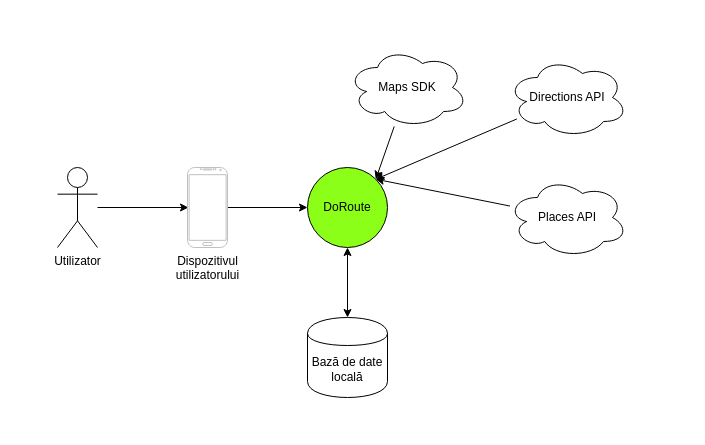
This is page "Schema generala" (1 of 8) of documentation/licenta.drawio from DanielMuresan1618/Do-Route, a draw.io file, before an edit. Source tidied: cells renumbered, new cells numbered last; positions are measured from the earlier drawing's top-left corner, leaving out a move shared by most shapes. Both pictures are drawn from the tidied source at 100%, with x=0, y=0 at pixel (57, 47).
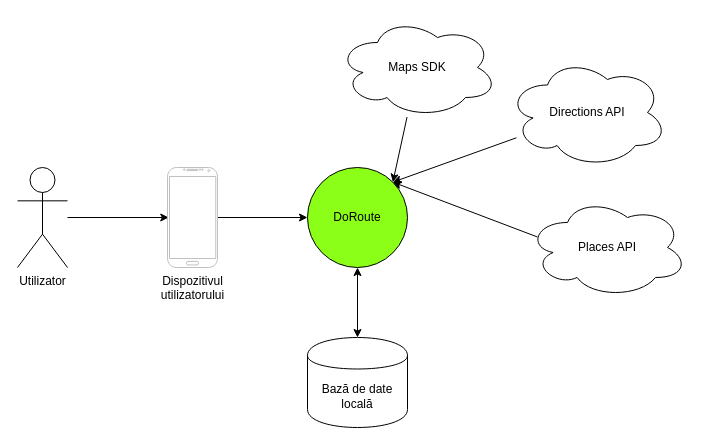
After the change.

Change to the diagram source:
```diff
@@
 <mxGraphModel>
   <root>
     <mxCell id="0" />
     <mxCell id="1" parent="0" />
     <mxCell id="2" style="rounded=0;jettySize=auto;html=1;entryX=0.025;entryY=0.5;entryDx=0;entryDy=0;entryPerimeter=0;" parent="1" edge="1" source="3" target="5">
       <mxGeometry relative="1" as="geometry" />
     </mxCell>
     <mxCell id="3" value="Utilizator" style="shape=umlActor;verticalLabelPosition=bottom;labelBackgroundColor=#ffffff;verticalAlign=top;html=1;outlineConnect=0;" parent="1" vertex="1">
-      <mxGeometry y="120" width="40" height="80" as="geometry" />
+      <mxGeometry x="-40" y="120" width="50" height="100" as="geometry" />
     </mxCell>
     <mxCell id="4" style="edgeStyle=none;rounded=0;jettySize=auto;html=1;entryX=0;entryY=0.5;entryDx=0;entryDy=0;" parent="1" edge="1" source="5" target="7">
       <mxGeometry relative="1" as="geometry" />
     </mxCell>
     <mxCell id="5" value="Dispozitivul &lt;br&gt;utilizatorului" style="verticalLabelPosition=bottom;verticalAlign=top;html=1;shadow=0;dashed=0;strokeWidth=1;shape=mxgraph.android.phone2;fillColor=#ffffff;strokeColor=#c0c0c0;" parent="1" vertex="1">
-      <mxGeometry x="130" y="120" width="40" height="80" as="geometry" />
+      <mxGeometry x="110" y="120" width="50" height="100" as="geometry" />
     </mxCell>
     <mxCell id="6" style="edgeStyle=none;rounded=0;jettySize=auto;html=1;entryX=0.5;entryY=0;entryDx=0;entryDy=0;startArrow=classic;startFill=1;" parent="1" edge="1" source="7" target="8">
       <mxGeometry relative="1" as="geometry" />
     </mxCell>
     <mxCell id="7" value="DoRoute" style="ellipse;whiteSpace=wrap;html=1;fillColor=#8BFF17;" parent="1" vertex="1">
-      <mxGeometry x="250" y="120" width="80" height="80" as="geometry" />
+      <mxGeometry x="250" y="120" width="100" height="100" as="geometry" />
     </mxCell>
     <mxCell id="8" value="Bază de date locală" style="shape=cylinder;whiteSpace=wrap;html=1;boundedLbl=1;backgroundOutline=1;fillColor=#FFFFFF;" parent="1" vertex="1">
-      <mxGeometry x="250" y="270" width="80" height="80" as="geometry" />
+      <mxGeometry x="250" y="290" width="100" height="90" as="geometry" />
     </mxCell>
-    <mxCell id="9" style="edgeStyle=none;rounded=0;jettySize=auto;html=1;entryX=1;entryY=0;entryDx=0;entryDy=0;startArrow=none;startFill=0;" parent="1" edge="1" source="10" target="7">
+    <mxCell id="9" style="edgeStyle=none;rounded=0;jettySize=auto;html=1;startArrow=none;startFill=0;entryX=1;entryY=0;entryDx=0;entryDy=0;" parent="1" edge="1" source="10" target="7">
       <mxGeometry relative="1" as="geometry" />
     </mxCell>
     <mxCell id="10" value="Maps SDK" style="ellipse;shape=cloud;whiteSpace=wrap;html=1;fillColor=#FFFFFF;" parent="1" vertex="1">
-      <mxGeometry x="290" width="120" height="80" as="geometry" />
+      <mxGeometry x="280" y="-30" width="160" height="100" as="geometry" />
     </mxCell>
     <mxCell id="11" style="edgeStyle=none;rounded=0;jettySize=auto;html=1;entryX=1;entryY=0;entryDx=0;entryDy=0;startArrow=none;startFill=0;" parent="1" edge="1" source="12" target="7">
       <mxGeometry relative="1" as="geometry" />
     </mxCell>
     <mxCell id="12" value="Directions API" style="ellipse;shape=cloud;whiteSpace=wrap;html=1;fillColor=#FFFFFF;" parent="1" vertex="1">
-      <mxGeometry x="450" y="10" width="120" height="80" as="geometry" />
+      <mxGeometry x="450" y="10" width="160" height="110" as="geometry" />
     </mxCell>
-    <mxCell id="13" style="edgeStyle=none;rounded=0;jettySize=auto;html=1;entryX=1;entryY=0;entryDx=0;entryDy=0;startArrow=none;startFill=0;" parent="1" edge="1" source="14" target="7">
-      <mxGeometry relative="1" as="geometry" />
+    <mxCell id="13" style="edgeStyle=none;rounded=0;jettySize=auto;html=1;startArrow=none;startFill=0;entryX=1;entryY=0;entryDx=0;entryDy=0;" parent="1" edge="1" target="7">
+      <mxGeometry relative="1" as="geometry">
+        <mxPoint x="480" y="189.5" as="sourcePoint" />
+      </mxGeometry>
     </mxCell>
     <mxCell id="14" value="Places API" style="ellipse;shape=cloud;whiteSpace=wrap;html=1;fillColor=#FFFFFF;" parent="1" vertex="1">
-      <mxGeometry x="450" y="130" width="120" height="80" as="geometry" />
+      <mxGeometry x="470" y="150" width="160" height="100" as="geometry" />
     </mxCell>
   </root>
 </mxGraphModel>
```
